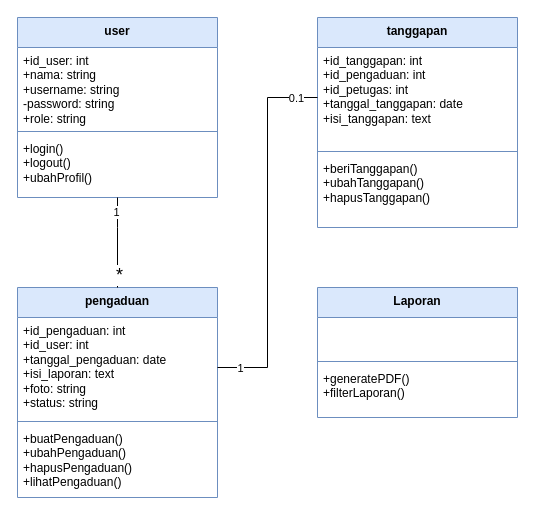
The draw.io diagram ClassDiagram.drawio in Mahklvk/laporanMasyarakatPreparation, before the edit. Source tidied: cells renumbered, new cells numbered last; positions are measured from the earlier drawing's top-left corner, leaving out a move shared by most shapes. Both pictures are drawn from the tidied source at 100%, with x=0, y=0 at pixel (17, 17).
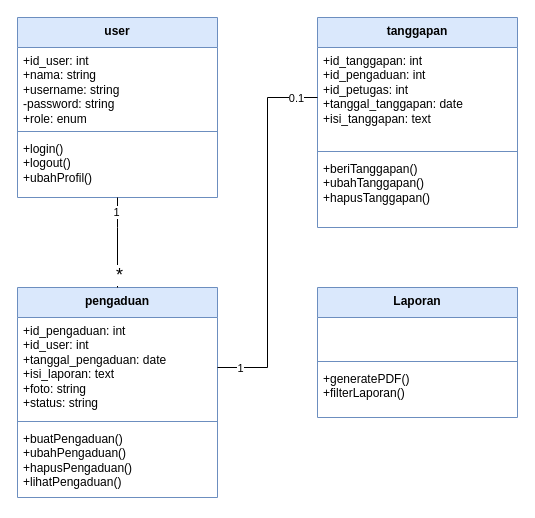
The same page after the edit.

Unchanged cells that the change refers to:
```xml
<mxCell id="2" value="user" style="swimlane;fontStyle=1;align=center;verticalAlign=top;horizontal=1;startSize=30;whiteSpace=wrap;html=1;fillColor=#dae8fc;strokeColor=#6c8ebf;" parent="1" vertex="1">
  <mxGeometry width="200" height="180" as="geometry" />
</mxCell>
```

The edit, as a diff of the source:
```diff
@@
-    <mxCell id="3" value="&lt;div&gt;+id_user: int&amp;nbsp; &amp;nbsp;&amp;nbsp;&lt;/div&gt;&lt;div&gt;+nama: string&amp;nbsp; &amp;nbsp;&amp;nbsp;&lt;/div&gt;&lt;div&gt;+username: string&lt;/div&gt;&lt;div&gt;-password: string&lt;/div&gt;&lt;div&gt;+role: string&lt;/div&gt;" style="text;strokeColor=none;fillColor=none;align=left;verticalAlign=top;spacingLeft=4;spacingRight=4;overflow=hidden;whiteSpace=wrap;html=1;" parent="2" vertex="1">
+    <mxCell id="3" value="&lt;div&gt;+id_user: int&amp;nbsp; &amp;nbsp;&amp;nbsp;&lt;/div&gt;&lt;div&gt;+nama: string&amp;nbsp; &amp;nbsp;&amp;nbsp;&lt;/div&gt;&lt;div&gt;+username: string&lt;/div&gt;&lt;div&gt;-password: string&lt;/div&gt;&lt;div&gt;+role: enum&lt;/div&gt;" style="text;strokeColor=none;fillColor=none;align=left;verticalAlign=top;spacingLeft=4;spacingRight=4;overflow=hidden;whiteSpace=wrap;html=1;" parent="2" vertex="1">
       <mxGeometry y="30" width="200" height="80" as="geometry" />
     </mxCell>
```
